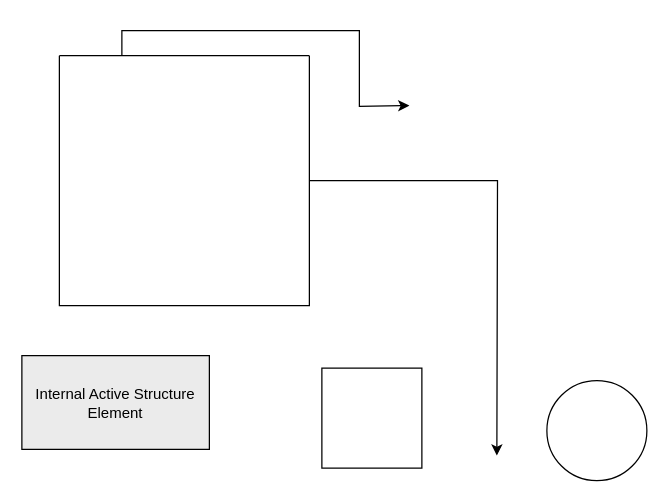
The draw.io diagram 未命名绘图.drawio in somethingfornoting/drow.io, before the edit. Source tidied: cells renumbered, new cells numbered last; positions are measured from the earlier drawing's top-left corner, leaving out a move shared by most shapes. Both pictures are drawn from the tidied source at 125%, with x=0, y=0 at pixel (21, 55).
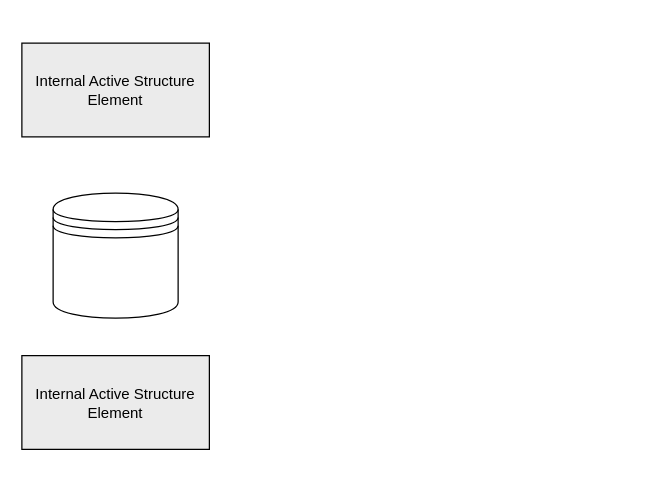
After the change.

Change to the diagram source:
```diff
@@
 <mxGraphModel>
   <root>
     <mxCell id="0" />
     <mxCell id="1" parent="0" />
-    <mxCell id="2" style="whiteSpace=wrap;html=1;" parent="1" vertex="1">
-      <mxGeometry x="240" y="250" width="80" height="80" as="geometry" />
-    </mxCell>
-    <mxCell id="3" style="ellipse;whiteSpace=wrap;html=1;" parent="1" vertex="1">
-      <mxGeometry x="420" y="260" width="80" height="80" as="geometry" />
-    </mxCell>
     <mxCell id="4" value="Internal Active Structure Element" style="html=1;whiteSpace=wrap;fillColor=#EBEBEB;shape=mxgraph.archimate3.application;appType=generic;archiType=square;" parent="1" vertex="1">
       <mxGeometry y="240" width="150" height="75" as="geometry" />
     </mxCell>
-    <mxCell id="5" style="edgeStyle=orthogonalEdgeStyle;rounded=0;jettySize=auto;html=1;exitX=0.25;exitY=0;exitDx=0;exitDy=0;" parent="1" edge="1" source="7">
-      <mxGeometry relative="1" as="geometry">
-        <mxPoint x="310" y="40" as="targetPoint" />
-      </mxGeometry>
-    </mxCell>
-    <mxCell id="6" style="edgeStyle=orthogonalEdgeStyle;rounded=0;jettySize=auto;html=1;" parent="1" edge="1" source="7">
-      <mxGeometry relative="1" as="geometry">
-        <mxPoint x="380" y="320" as="targetPoint" />
-      </mxGeometry>
-    </mxCell>
-    <mxCell id="7" style="swimlane;startSize=0;" parent="1" vertex="1">
-      <mxGeometry x="30" width="200" height="200" as="geometry" />
-    </mxCell>
+    <mxCell id="8" value="Internal Active Structure Element" style="html=1;whiteSpace=wrap;fillColor=#EBEBEB;shape=mxgraph.archimate3.application;appType=generic;archiType=square;" parent="1" vertex="1">
+      <mxGeometry y="-10" width="150" height="75" as="geometry" />
+    </mxCell>
+    <mxCell id="9" style="shape=datastore;html=1;labelPosition=center;verticalLabelPosition=bottom;align=center;verticalAlign=top;" parent="1" vertex="1">
+      <mxGeometry x="25" y="110" width="100" height="100" as="geometry" />
+    </mxCell>
   </root>
 </mxGraphModel>
```
